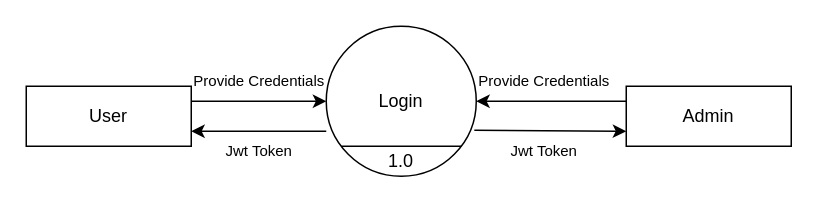
This is Untitled Diagram.drawio from shalulaha/Minor_Project, a draw.io file, before an edit. Source tidied: cells renumbered, new cells numbered last; positions are measured from the earlier drawing's top-left corner, leaving out a move shared by most shapes. Both pictures are drawn from the tidied source at 150%, with x=0, y=0 at pixel (26, 26).
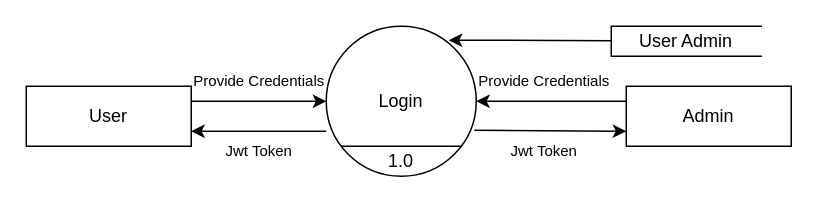
Above is the later version.

Unchanged cells that the change refers to:
```xml
<mxCell id="2" value="Login" style="ellipse;whiteSpace=wrap;html=1;" parent="1" vertex="1">
  <mxGeometry x="200" width="100" height="100" as="geometry" />
</mxCell>
```

Diff of the diagram source:
```diff
@@
+    <mxCell id="15" value="User Admin" style="html=1;dashed=0;whiteSpace=wrap;shape=partialRectangle;right=0;" parent="1" vertex="1">
+      <mxGeometry x="390" width="100" height="20" as="geometry" />
+    </mxCell>
+    <mxCell id="16" style="endArrow=classic;html=1;rounded=0;exitX=0;exitY=1;exitDx=0;exitDy=0;entryX=0.817;entryY=0.093;entryDx=0;entryDy=0;entryPerimeter=0;" parent="1" edge="1" target="2">
+      <mxGeometry relative="1" as="geometry">
+        <mxPoint x="390" y="9.6" as="sourcePoint" />
+      </mxGeometry>
+    </mxCell>
```
